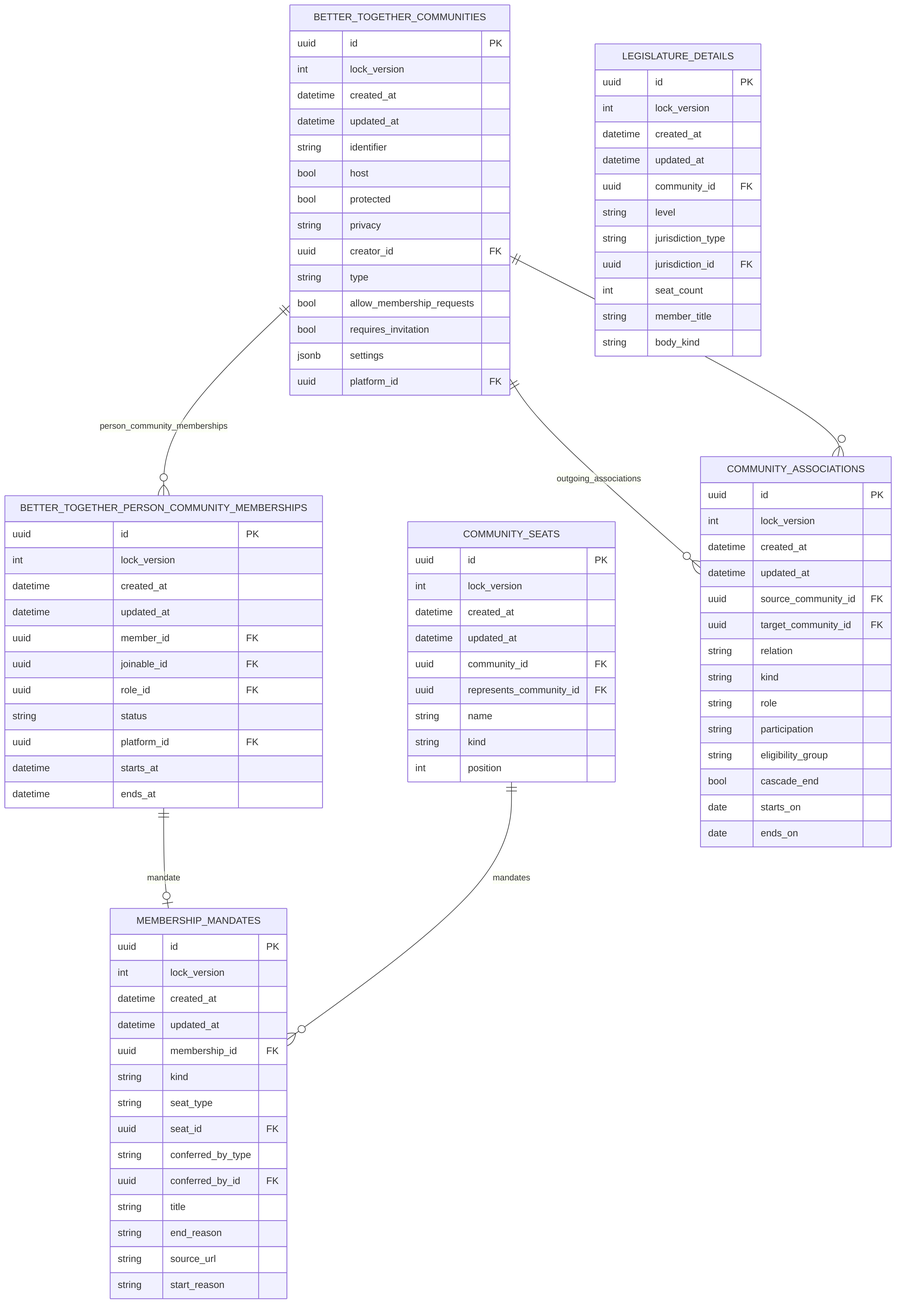
Above: docs/diagrams/exports/png/nlo_civic_roles_schema_erd.png in better-together-solutions/newfoundlandlabradoronline (Mermaid), before the change. Its source is kept beside it as docs/diagrams/source/nlo_civic_roles_schema_erd.mmd.
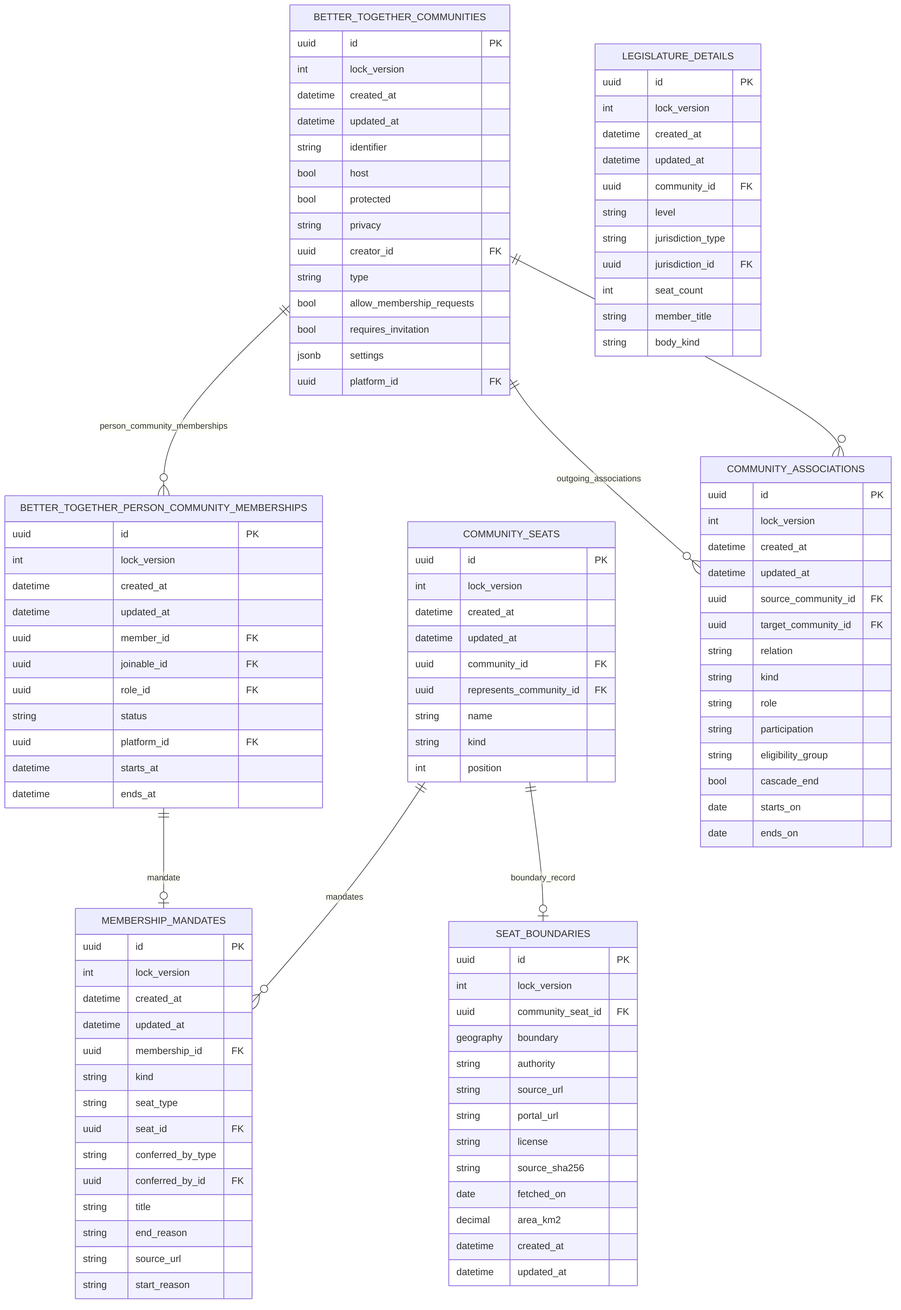
The same file after the commit.

The edit, as a diff of the source:
```diff
@@ -55,6 +55,21 @@
     string kind
     int position
   }
+  SEAT_BOUNDARIES {
+    uuid id PK
+    int lock_version
+    uuid community_seat_id FK
+    geography boundary
+    string authority
+    string source_url
+    string portal_url
+    string license
+    string source_sha256
+    date fetched_on
+    decimal area_km2
+    datetime created_at
+    datetime updated_at
+  }
   COMMUNITY_ASSOCIATIONS {
     uuid id PK
     int lock_version
@@ -89,3 +104,4 @@
   BETTER_TOGETHER_COMMUNITIES ||--o{ COMMUNITY_ASSOCIATIONS : "incoming_associations"
   BETTER_TOGETHER_PERSON_COMMUNITY_MEMBERSHIPS ||--o| MEMBERSHIP_MANDATES : "mandate"
   COMMUNITY_SEATS ||--o{ MEMBERSHIP_MANDATES : "mandates"
+  COMMUNITY_SEATS ||--o| SEAT_BOUNDARIES : "boundary_record"
```
